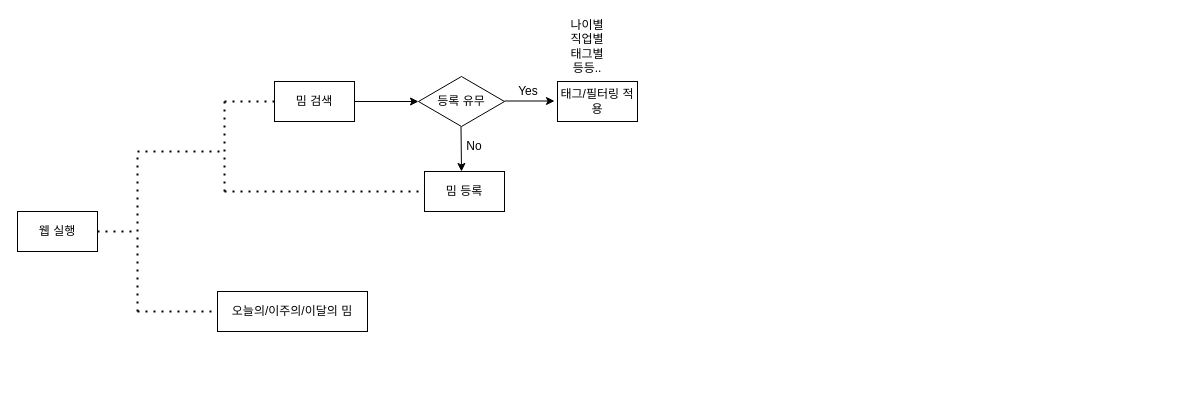
Before: 잡지식/Untitled Diagram.drawio in RyooChan/TIL, a draw.io diagram. Source tidied: cells renumbered, new cells numbered last; positions are measured from the earlier drawing's top-left corner, leaving out a move shared by most shapes. Both pictures are drawn from the tidied source at 100%, with x=0, y=0 at pixel (17, 31).
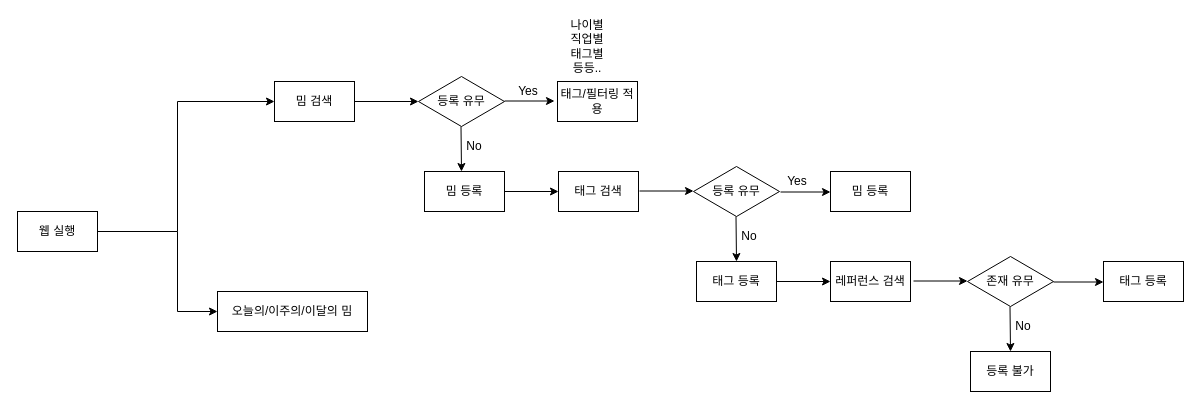
The same page after the edit.

The change refers to these unchanged cells:
```xml
<mxCell id="4" value="밈 등록" style="rounded=0;whiteSpace=wrap;html=1;" parent="1" vertex="1">
  <mxGeometry x="407" y="140" width="80" height="40" as="geometry" />
</mxCell>
<mxCell id="19" value="오늘의/이주의/이달의 밈" style="rounded=0;whiteSpace=wrap;html=1;" parent="1" vertex="1">
  <mxGeometry x="200" y="260" width="150" height="40" as="geometry" />
</mxCell>
```

Change to the diagram source:
```diff
@@
-    <mxCell id="5" style="endArrow=none;dashed=1;html=1;dashPattern=1 3;strokeWidth=2;rounded=0;" parent="1" edge="1">
-      <mxGeometry relative="1" as="geometry">
-        <mxPoint x="120" y="120" as="sourcePoint" />
-        <mxPoint x="207" y="120" as="targetPoint" />
-      </mxGeometry>
-    </mxCell>
-    <mxCell id="6" style="endArrow=none;dashed=1;html=1;dashPattern=1 3;strokeWidth=2;rounded=0;" parent="1" edge="1">
-      <mxGeometry relative="1" as="geometry">
-        <mxPoint x="207" y="160" as="sourcePoint" />
-        <mxPoint x="207" y="70" as="targetPoint" />
-      </mxGeometry>
-    </mxCell>
-    <mxCell id="7" style="endArrow=none;dashed=1;html=1;dashPattern=1 3;strokeWidth=2;rounded=0;entryX=0;entryY=0.5;entryDx=0;entryDy=0;" parent="1" edge="1" target="4">
-      <mxGeometry relative="1" as="geometry">
-        <mxPoint x="207" y="160" as="sourcePoint" />
-      </mxGeometry>
-    </mxCell>
-    <mxCell id="8" style="endArrow=none;dashed=1;html=1;dashPattern=1 3;strokeWidth=2;rounded=0;" parent="1" edge="1">
-      <mxGeometry relative="1" as="geometry">
-        <mxPoint x="207" y="70" as="sourcePoint" />
-        <mxPoint x="257" y="70" as="targetPoint" />
-      </mxGeometry>
-    </mxCell>
@@
-    <mxCell id="15" style="endArrow=none;dashed=1;html=1;dashPattern=1 3;strokeWidth=2;rounded=0;" parent="1" edge="1">
-      <mxGeometry relative="1" as="geometry">
-        <mxPoint x="120" y="200" as="sourcePoint" />
-        <mxPoint x="120" y="120" as="targetPoint" />
-      </mxGeometry>
-    </mxCell>
-    <mxCell id="16" style="endArrow=none;dashed=1;html=1;dashPattern=1 3;strokeWidth=2;rounded=0;" parent="1" edge="1">
-      <mxGeometry relative="1" as="geometry">
-        <mxPoint x="80" y="200" as="sourcePoint" />
-        <mxPoint x="120" y="200" as="targetPoint" />
-      </mxGeometry>
-    </mxCell>
-    <mxCell id="17" style="endArrow=none;dashed=1;html=1;dashPattern=1 3;strokeWidth=2;rounded=0;" parent="1" edge="1">
-      <mxGeometry relative="1" as="geometry">
-        <mxPoint x="120" y="280" as="sourcePoint" />
-        <mxPoint x="120" y="200" as="targetPoint" />
-      </mxGeometry>
-    </mxCell>
-    <mxCell id="18" style="endArrow=none;dashed=1;html=1;dashPattern=1 3;strokeWidth=2;rounded=0;" parent="1" edge="1">
-      <mxGeometry relative="1" as="geometry">
-        <mxPoint x="120" y="280" as="sourcePoint" />
-        <mxPoint x="207" y="280" as="targetPoint" />
-      </mxGeometry>
-    </mxCell>
@@
+    <mxCell id="22" style="endArrow=none;html=1;rounded=0;" parent="1" edge="1">
+      <mxGeometry relative="1" as="geometry">
+        <mxPoint x="80" y="200" as="sourcePoint" />
+        <mxPoint x="160" y="200" as="targetPoint" />
+      </mxGeometry>
+    </mxCell>
+    <mxCell id="23" style="endArrow=none;html=1;rounded=0;" parent="1" edge="1">
+      <mxGeometry relative="1" as="geometry">
+        <mxPoint x="160" y="280" as="sourcePoint" />
+        <mxPoint x="160" y="200" as="targetPoint" />
+      </mxGeometry>
+    </mxCell>
+    <mxCell id="24" style="endArrow=classic;html=1;rounded=0;entryX=0;entryY=0.5;entryDx=0;entryDy=0;" parent="1" edge="1" target="19">
+      <mxGeometry relative="1" as="geometry">
+        <mxPoint x="160" y="280" as="sourcePoint" />
+      </mxGeometry>
+    </mxCell>
+    <mxCell id="25" style="endArrow=none;html=1;rounded=0;" parent="1" edge="1">
+      <mxGeometry relative="1" as="geometry">
+        <mxPoint x="160" y="200" as="sourcePoint" />
+        <mxPoint x="160" y="70" as="targetPoint" />
+      </mxGeometry>
+    </mxCell>
+    <mxCell id="26" style="endArrow=classic;html=1;rounded=0;" parent="1" edge="1">
+      <mxGeometry relative="1" as="geometry">
+        <mxPoint x="160" y="70" as="sourcePoint" />
+        <mxPoint x="257" y="70" as="targetPoint" />
+      </mxGeometry>
+    </mxCell>
+    <mxCell id="27" value="등록 유무" style="rhombus;whiteSpace=wrap;html=1;" parent="1" vertex="1">
+      <mxGeometry x="676" y="135" width="86" height="50" as="geometry" />
+    </mxCell>
+    <mxCell id="28" value="태그 검색" style="rounded=0;whiteSpace=wrap;html=1;" parent="1" vertex="1">
+      <mxGeometry x="541" y="140" width="80" height="40" as="geometry" />
+    </mxCell>
+    <mxCell id="29" style="endArrow=classic;html=1;rounded=0;entryX=0;entryY=0.5;entryDx=0;entryDy=0;" parent="1" edge="1" target="28">
+      <mxGeometry relative="1" as="geometry">
+        <mxPoint x="487" y="160" as="sourcePoint" />
+      </mxGeometry>
+    </mxCell>
+    <mxCell id="30" style="endArrow=classic;html=1;rounded=0;entryX=0;entryY=0.5;entryDx=0;entryDy=0;" parent="1" edge="1">
+      <mxGeometry relative="1" as="geometry">
+        <mxPoint x="622" y="159.5" as="sourcePoint" />
+        <mxPoint x="676" y="159.5" as="targetPoint" />
+      </mxGeometry>
+    </mxCell>
+    <mxCell id="31" style="endArrow=classic;html=1;rounded=0;" parent="1" edge="1">
+      <mxGeometry relative="1" as="geometry">
+        <mxPoint x="763" y="160.5" as="sourcePoint" />
+        <mxPoint x="813" y="160.5" as="targetPoint" />
+      </mxGeometry>
+    </mxCell>
+    <mxCell id="32" value="Yes" style="text;html=1;strokeColor=none;fillColor=none;align=center;verticalAlign=middle;whiteSpace=wrap;rounded=0;" parent="1" vertex="1">
+      <mxGeometry x="750" y="135" width="60" height="30" as="geometry" />
+    </mxCell>
+    <mxCell id="33" style="endArrow=classic;html=1;rounded=0;" parent="1" edge="1">
+      <mxGeometry relative="1" as="geometry">
+        <mxPoint x="718.5" y="185" as="sourcePoint" />
+        <mxPoint x="719" y="230" as="targetPoint" />
+      </mxGeometry>
+    </mxCell>
+    <mxCell id="34" value="No" style="text;html=1;strokeColor=none;fillColor=none;align=center;verticalAlign=middle;whiteSpace=wrap;rounded=0;" parent="1" vertex="1">
+      <mxGeometry x="702" y="190" width="60" height="30" as="geometry" />
+    </mxCell>
+    <mxCell id="35" value="밈 등록" style="rounded=0;whiteSpace=wrap;html=1;" parent="1" vertex="1">
+      <mxGeometry x="813" y="140" width="80" height="40" as="geometry" />
+    </mxCell>
+    <mxCell id="36" value="태그 등록" style="rounded=0;whiteSpace=wrap;html=1;" parent="1" vertex="1">
+      <mxGeometry x="679" y="230" width="80" height="40" as="geometry" />
+    </mxCell>
+    <mxCell id="37" value="레퍼런스 검색" style="rounded=0;whiteSpace=wrap;html=1;" parent="1" vertex="1">
+      <mxGeometry x="813" y="230" width="80" height="40" as="geometry" />
+    </mxCell>
+    <mxCell id="38" style="endArrow=classic;html=1;rounded=0;entryX=0;entryY=0.5;entryDx=0;entryDy=0;" parent="1" edge="1" target="37">
+      <mxGeometry relative="1" as="geometry">
+        <mxPoint x="759" y="250" as="sourcePoint" />
+      </mxGeometry>
+    </mxCell>
+    <mxCell id="39" value="존재 유무" style="rhombus;whiteSpace=wrap;html=1;" parent="1" vertex="1">
+      <mxGeometry x="950" y="225" width="86" height="50" as="geometry" />
+    </mxCell>
+    <mxCell id="40" style="endArrow=classic;html=1;rounded=0;entryX=0;entryY=0.5;entryDx=0;entryDy=0;" parent="1" edge="1">
+      <mxGeometry relative="1" as="geometry">
+        <mxPoint x="896" y="249.5" as="sourcePoint" />
+        <mxPoint x="950" y="249.5" as="targetPoint" />
+      </mxGeometry>
+    </mxCell>
+    <mxCell id="41" style="endArrow=classic;html=1;rounded=0;" parent="1" edge="1">
+      <mxGeometry relative="1" as="geometry">
+        <mxPoint x="1036" y="250.5" as="sourcePoint" />
+        <mxPoint x="1086" y="250.5" as="targetPoint" />
+      </mxGeometry>
+    </mxCell>
+    <mxCell id="42" value="태그 등록" style="rounded=0;whiteSpace=wrap;html=1;" parent="1" vertex="1">
+      <mxGeometry x="1086" y="230" width="80" height="40" as="geometry" />
+    </mxCell>
+    <mxCell id="43" style="endArrow=classic;html=1;rounded=0;" parent="1" edge="1">
+      <mxGeometry relative="1" as="geometry">
+        <mxPoint x="992.5" y="275" as="sourcePoint" />
+        <mxPoint x="993" y="320" as="targetPoint" />
+      </mxGeometry>
+    </mxCell>
+    <mxCell id="44" value="No" style="text;html=1;strokeColor=none;fillColor=none;align=center;verticalAlign=middle;whiteSpace=wrap;rounded=0;" parent="1" vertex="1">
+      <mxGeometry x="976" y="280" width="60" height="30" as="geometry" />
+    </mxCell>
+    <mxCell id="45" value="등록 불가" style="rounded=0;whiteSpace=wrap;html=1;" parent="1" vertex="1">
+      <mxGeometry x="953" y="320" width="80" height="40" as="geometry" />
+    </mxCell>
```
